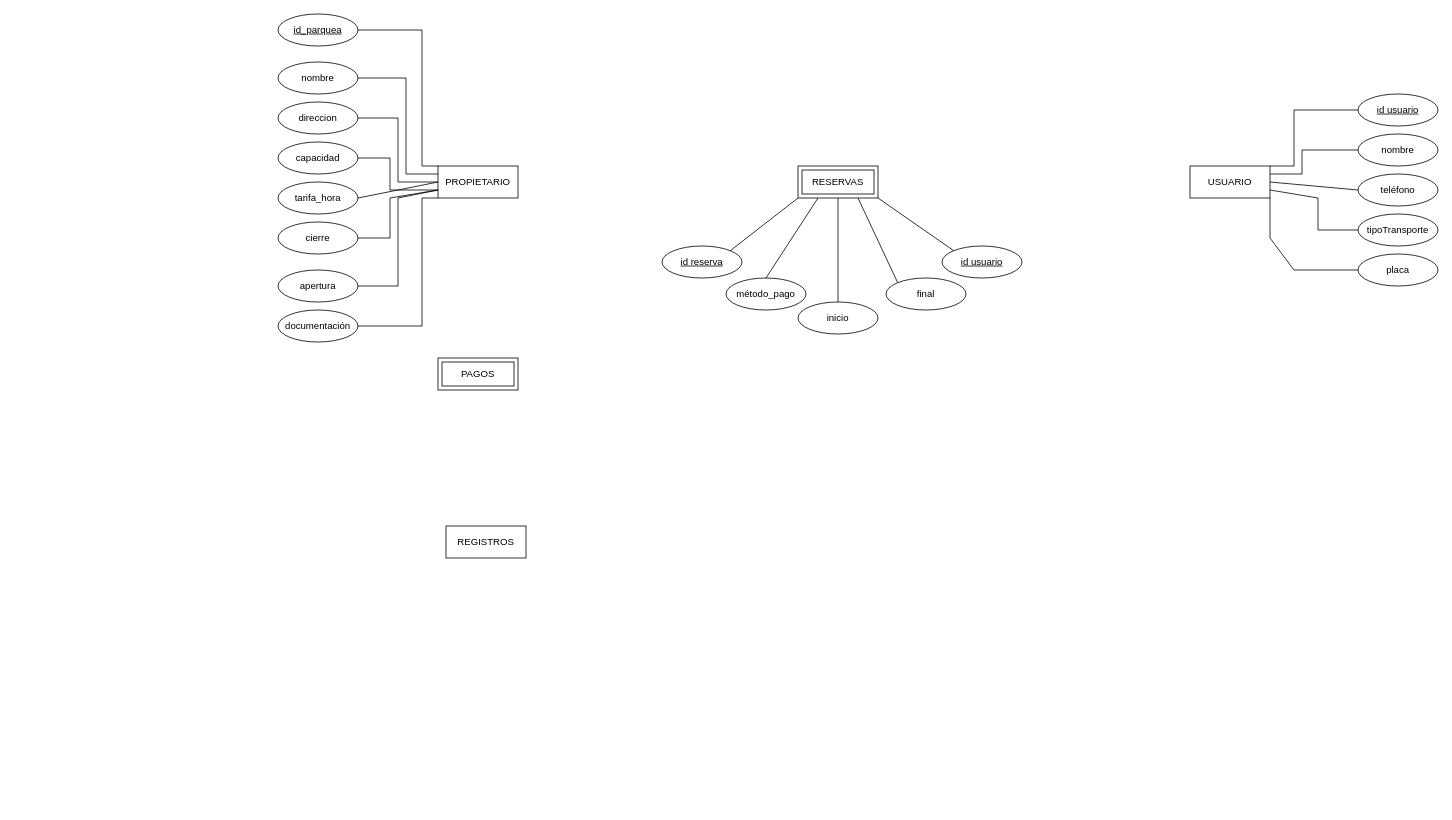
Earlier version of the draw.io diagram jenny/Zona blue.drawio (juban1234/copia_seguridad). Source tidied: cells renumbered, new cells numbered last; positions are measured from the earlier drawing's top-left corner, leaving out a move shared by most shapes. Both pictures are drawn from the tidied source at 80%, with x=0, y=0 at pixel (278, 14).
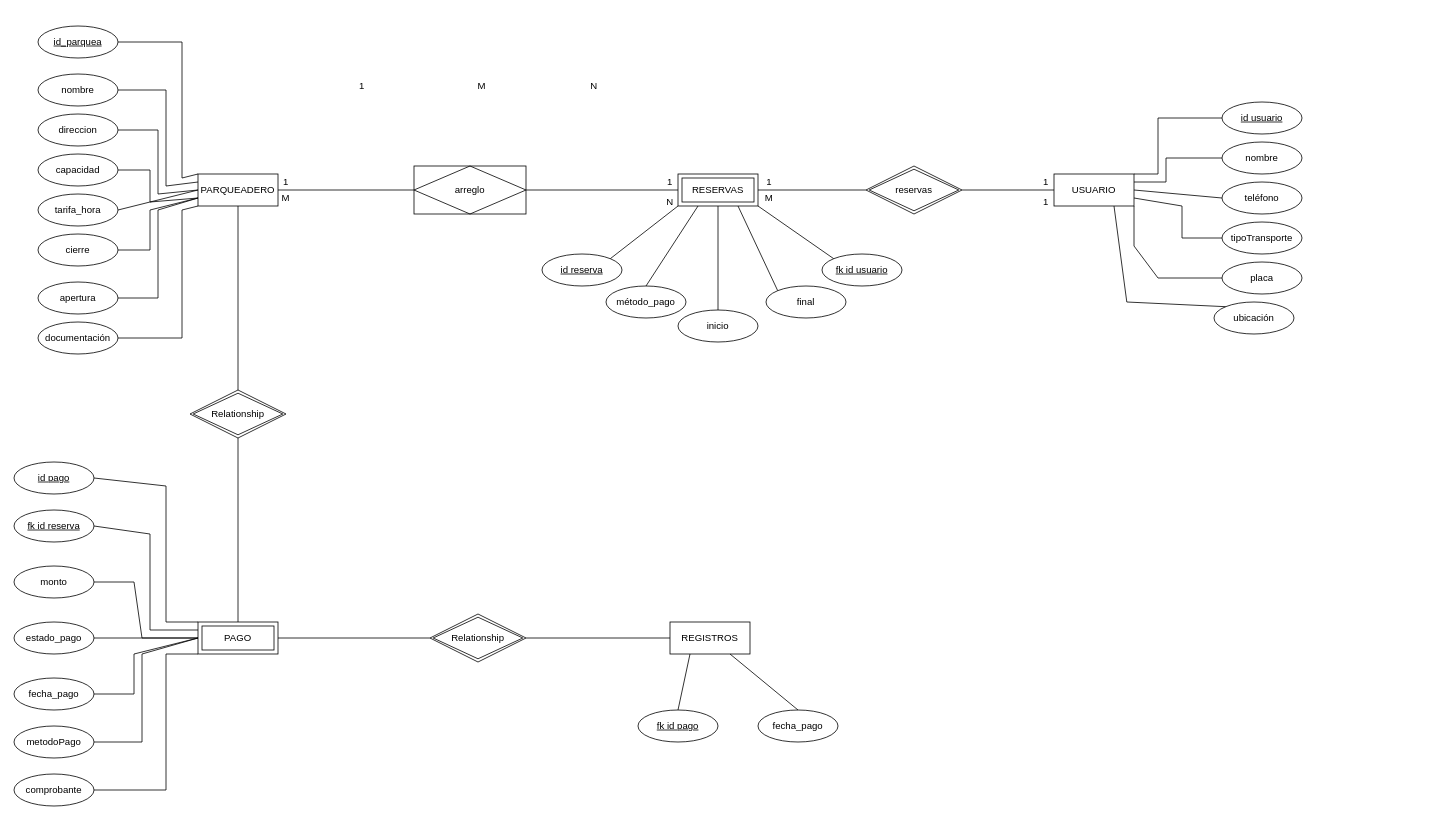
After the change.

What changed in the source:
```diff
@@
     <mxCell id="2" value="USUARIO" style="whiteSpace=wrap;html=1;align=center;" parent="1" vertex="1">
-      <mxGeometry x="1140" y="190" width="100" height="40" as="geometry" />
+      <mxGeometry x="970" y="200" width="100" height="40" as="geometry" />
     </mxCell>
-    <mxCell id="3" value="PROPIETARIO" style="whiteSpace=wrap;html=1;align=center;" parent="1" vertex="1">
-      <mxGeometry x="200" y="190" width="100" height="40" as="geometry" />
+    <mxCell id="3" value="PARQUEADERO" style="whiteSpace=wrap;html=1;align=center;" parent="1" vertex="1">
+      <mxGeometry x="-100" y="200" width="100" height="40" as="geometry" />
     </mxCell>
     <mxCell id="4" value="RESERVAS" style="shape=ext;margin=3;double=1;whiteSpace=wrap;html=1;align=center;" parent="1" vertex="1">
-      <mxGeometry x="650" y="190" width="100" height="40" as="geometry" />
+      <mxGeometry x="500" y="200" width="100" height="40" as="geometry" />
     </mxCell>
     <mxCell id="5" value="capacidad" style="ellipse;whiteSpace=wrap;html=1;align=center;" parent="1" vertex="1">
-      <mxGeometry y="160" width="100" height="40" as="geometry" />
+      <mxGeometry x="-300" y="175" width="100" height="40" as="geometry" />
     </mxCell>
     <mxCell id="6" value="id_parquea" style="ellipse;whiteSpace=wrap;html=1;align=center;fontStyle=4;" parent="1" vertex="1">
-      <mxGeometry width="100" height="40" as="geometry" />
+      <mxGeometry x="-300" y="15" width="100" height="40" as="geometry" />
     </mxCell>
     <mxCell id="7" value="direccion" style="ellipse;whiteSpace=wrap;html=1;align=center;" parent="1" vertex="1">
-      <mxGeometry y="110" width="100" height="40" as="geometry" />
+      <mxGeometry x="-300" y="125" width="100" height="40" as="geometry" />
     </mxCell>
     <mxCell id="8" value="nombre" style="ellipse;whiteSpace=wrap;html=1;align=center;" parent="1" vertex="1">
-      <mxGeometry y="60" width="100" height="40" as="geometry" />
+      <mxGeometry x="-300" y="75" width="100" height="40" as="geometry" />
     </mxCell>
     <mxCell id="9" value="tarifa_hora" style="ellipse;whiteSpace=wrap;html=1;align=center;" parent="1" vertex="1">
-      <mxGeometry y="210" width="100" height="40" as="geometry" />
+      <mxGeometry x="-300" y="225" width="100" height="40" as="geometry" />
     </mxCell>
     <mxCell id="10" value="apertura" style="ellipse;whiteSpace=wrap;html=1;align=center;" parent="1" vertex="1">
-      <mxGeometry y="320" width="100" height="40" as="geometry" />
+      <mxGeometry x="-300" y="335" width="100" height="40" as="geometry" />
     </mxCell>
     <mxCell id="11" value="cierre" style="ellipse;whiteSpace=wrap;html=1;align=center;" parent="1" vertex="1">
-      <mxGeometry y="260" width="100" height="40" as="geometry" />
+      <mxGeometry x="-300" y="275" width="100" height="40" as="geometry" />
     </mxCell>
     <mxCell id="12" value="documentación" style="ellipse;whiteSpace=wrap;html=1;align=center;" parent="1" vertex="1">
-      <mxGeometry y="370" width="100" height="40" as="geometry" />
+      <mxGeometry x="-300" y="385" width="100" height="40" as="geometry" />
     </mxCell>
     <mxCell id="13" style="endArrow=none;html=1;rounded=0;exitX=1;exitY=0.5;exitDx=0;exitDy=0;entryX=0;entryY=0;entryDx=0;entryDy=0;" parent="1" edge="1" source="6" target="3">
       <mxGeometry relative="1" as="geometry">
         <Array as="points">
-          <mxPoint x="180" y="20" />
-          <mxPoint x="180" y="190" />
+          <mxPoint x="-120" y="35" />
+          <mxPoint x="-120" y="205" />
         </Array>
       </mxGeometry>
     </mxCell>
     <mxCell id="14" style="endArrow=none;html=1;rounded=0;exitX=1;exitY=0.5;exitDx=0;exitDy=0;entryX=0;entryY=0.25;entryDx=0;entryDy=0;" parent="1" edge="1" source="8" target="3">
       <mxGeometry relative="1" as="geometry">
         <Array as="points">
-          <mxPoint x="160" y="80" />
-          <mxPoint x="160" y="200" />
+          <mxPoint x="-140" y="95" />
+          <mxPoint x="-140" y="215" />
         </Array>
       </mxGeometry>
     </mxCell>
     <mxCell id="15" style="endArrow=none;html=1;rounded=0;exitX=1;exitY=0.5;exitDx=0;exitDy=0;entryX=0;entryY=0.5;entryDx=0;entryDy=0;" parent="1" edge="1" source="7" target="3">
       <mxGeometry relative="1" as="geometry">
         <Array as="points">
-          <mxPoint x="150" y="130" />
-          <mxPoint x="150" y="210" />
+          <mxPoint x="-150" y="145" />
+          <mxPoint x="-150" y="225" />
         </Array>
       </mxGeometry>
     </mxCell>
     <mxCell id="16" style="endArrow=none;html=1;rounded=0;exitX=1;exitY=0.5;exitDx=0;exitDy=0;entryX=0;entryY=0.75;entryDx=0;entryDy=0;" parent="1" edge="1" source="5" target="3">
       <mxGeometry relative="1" as="geometry">
         <Array as="points">
-          <mxPoint x="140" y="180" />
-          <mxPoint x="140" y="220" />
+          <mxPoint x="-160" y="195" />
+          <mxPoint x="-160" y="235" />
         </Array>
       </mxGeometry>
     </mxCell>
     <mxCell id="17" style="endArrow=none;html=1;rounded=0;exitX=1;exitY=0.5;exitDx=0;exitDy=0;entryX=0;entryY=1;entryDx=0;entryDy=0;" parent="1" edge="1" source="12" target="3">
       <mxGeometry relative="1" as="geometry">
         <Array as="points">
-          <mxPoint x="180" y="390" />
-          <mxPoint x="180" y="230" />
+          <mxPoint x="-120" y="405" />
+          <mxPoint x="-120" y="245" />
         </Array>
       </mxGeometry>
     </mxCell>
     <mxCell id="18" style="endArrow=none;html=1;rounded=0;exitX=1;exitY=0.5;exitDx=0;exitDy=0;entryX=0;entryY=0.75;entryDx=0;entryDy=0;" parent="1" edge="1" source="10" target="3">
       <mxGeometry relative="1" as="geometry">
         <Array as="points">
-          <mxPoint x="150" y="340" />
-          <mxPoint x="150" y="230" />
+          <mxPoint x="-150" y="355" />
+          <mxPoint x="-150" y="245" />
         </Array>
       </mxGeometry>
     </mxCell>
     <mxCell id="19" style="endArrow=none;html=1;rounded=0;exitX=1;exitY=0.5;exitDx=0;exitDy=0;entryX=0;entryY=0.75;entryDx=0;entryDy=0;" parent="1" edge="1" source="11" target="3">
       <mxGeometry relative="1" as="geometry">
         <Array as="points">
-          <mxPoint x="140" y="280" />
-          <mxPoint x="140" y="230" />
+          <mxPoint x="-160" y="295" />
+          <mxPoint x="-160" y="245" />
         </Array>
       </mxGeometry>
     </mxCell>
@@
     <mxCell id="21" value="REGISTROS" style="whiteSpace=wrap;html=1;align=center;" parent="1" vertex="1">
-      <mxGeometry x="210" y="640" width="100" height="40" as="geometry" />
+      <mxGeometry x="490" y="760" width="100" height="40" as="geometry" />
     </mxCell>
-    <mxCell id="22" value="PAGOS" style="shape=ext;margin=3;double=1;whiteSpace=wrap;html=1;align=center;" parent="1" vertex="1">
-      <mxGeometry x="200" y="430" width="100" height="40" as="geometry" />
+    <mxCell id="22" value="PAGO" style="shape=ext;margin=3;double=1;whiteSpace=wrap;html=1;align=center;" parent="1" vertex="1">
+      <mxGeometry x="-100" y="760" width="100" height="40" as="geometry" />
     </mxCell>
     <mxCell id="23" value="método_pago" style="ellipse;whiteSpace=wrap;html=1;align=center;" parent="1" vertex="1">
-      <mxGeometry x="560" y="330" width="100" height="40" as="geometry" />
+      <mxGeometry x="410" y="340" width="100" height="40" as="geometry" />
     </mxCell>
     <mxCell id="24" value="inicio" style="ellipse;whiteSpace=wrap;html=1;align=center;" parent="1" vertex="1">
-      <mxGeometry x="650" y="360" width="100" height="40" as="geometry" />
+      <mxGeometry x="500" y="370" width="100" height="40" as="geometry" />
     </mxCell>
     <mxCell id="25" value="final" style="ellipse;whiteSpace=wrap;html=1;align=center;" parent="1" vertex="1">
-      <mxGeometry x="760" y="330" width="100" height="40" as="geometry" />
+      <mxGeometry x="610" y="340" width="100" height="40" as="geometry" />
     </mxCell>
-    <mxCell id="26" value="id usuario" style="ellipse;whiteSpace=wrap;html=1;align=center;fontStyle=4;" parent="1" vertex="1">
-      <mxGeometry x="830" y="290" width="100" height="40" as="geometry" />
+    <mxCell id="26" value="fk id usuario" style="ellipse;whiteSpace=wrap;html=1;align=center;fontStyle=4;" parent="1" vertex="1">
+      <mxGeometry x="680" y="300" width="100" height="40" as="geometry" />
     </mxCell>
     <mxCell id="27" value="id reserva" style="ellipse;whiteSpace=wrap;html=1;align=center;fontStyle=4;" parent="1" vertex="1">
-      <mxGeometry x="480" y="290" width="100" height="40" as="geometry" />
+      <mxGeometry x="330" y="300" width="100" height="40" as="geometry" />
     </mxCell>
@@
     <mxCell id="33" value="id usuario" style="ellipse;whiteSpace=wrap;html=1;align=center;fontStyle=4;" parent="1" vertex="1">
-      <mxGeometry x="1350" y="100" width="100" height="40" as="geometry" />
+      <mxGeometry x="1180" y="110" width="100" height="40" as="geometry" />
     </mxCell>
     <mxCell id="34" value="nombre" style="ellipse;whiteSpace=wrap;html=1;align=center;" parent="1" vertex="1">
-      <mxGeometry x="1350" y="150" width="100" height="40" as="geometry" />
+      <mxGeometry x="1180" y="160" width="100" height="40" as="geometry" />
     </mxCell>
     <mxCell id="35" value="teléfono" style="ellipse;whiteSpace=wrap;html=1;align=center;" parent="1" vertex="1">
-      <mxGeometry x="1350" y="200" width="100" height="40" as="geometry" />
+      <mxGeometry x="1180" y="210" width="100" height="40" as="geometry" />
     </mxCell>
     <mxCell id="36" value="tipoTransporte" style="ellipse;whiteSpace=wrap;html=1;align=center;" parent="1" vertex="1">
-      <mxGeometry x="1350" y="250" width="100" height="40" as="geometry" />
+      <mxGeometry x="1180" y="260" width="100" height="40" as="geometry" />
     </mxCell>
     <mxCell id="37" value="placa" style="ellipse;whiteSpace=wrap;html=1;align=center;" parent="1" vertex="1">
-      <mxGeometry x="1350" y="300" width="100" height="40" as="geometry" />
+      <mxGeometry x="1180" y="310" width="100" height="40" as="geometry" />
     </mxCell>
     <mxCell id="38" style="endArrow=none;html=1;rounded=0;entryX=0;entryY=0.5;entryDx=0;entryDy=0;exitX=1;exitY=0;exitDx=0;exitDy=0;" parent="1" edge="1" source="2" target="33">
       <mxGeometry relative="1" as="geometry">
         <Array as="points">
-          <mxPoint x="1270" y="190" />
-          <mxPoint x="1270" y="120" />
+          <mxPoint x="1100" y="200" />
+          <mxPoint x="1100" y="130" />
         </Array>
       </mxGeometry>
     </mxCell>
     <mxCell id="39" style="endArrow=none;html=1;rounded=0;entryX=0;entryY=0.5;entryDx=0;entryDy=0;exitX=1;exitY=0.25;exitDx=0;exitDy=0;" parent="1" edge="1" source="2" target="34">
       <mxGeometry relative="1" as="geometry">
         <Array as="points">
-          <mxPoint x="1280" y="200" />
-          <mxPoint x="1280" y="170" />
+          <mxPoint x="1110" y="210" />
+          <mxPoint x="1110" y="180" />
         </Array>
       </mxGeometry>
     </mxCell>
@@
     <mxCell id="41" style="endArrow=none;html=1;rounded=0;exitX=1;exitY=0.75;exitDx=0;exitDy=0;entryX=0;entryY=0.5;entryDx=0;entryDy=0;" parent="1" edge="1" source="2" target="36">
       <mxGeometry relative="1" as="geometry">
         <Array as="points">
-          <mxPoint x="1300" y="230" />
-          <mxPoint x="1300" y="270" />
+          <mxPoint x="1130" y="240" />
+          <mxPoint x="1130" y="280" />
         </Array>
       </mxGeometry>
     </mxCell>
     <mxCell id="42" style="endArrow=none;html=1;rounded=0;exitX=1;exitY=1;exitDx=0;exitDy=0;entryX=0;entryY=0.5;entryDx=0;entryDy=0;" parent="1" edge="1" source="2" target="37">
       <mxGeometry relative="1" as="geometry">
         <Array as="points">
-          <mxPoint x="1240" y="280" />
-          <mxPoint x="1270" y="320" />
+          <mxPoint x="1070" y="290" />
+          <mxPoint x="1100" y="330" />
         </Array>
       </mxGeometry>
     </mxCell>
+    <mxCell id="43" value="fecha_pago" style="ellipse;whiteSpace=wrap;html=1;align=center;" parent="1" vertex="1">
+      <mxGeometry x="600" y="870" width="100" height="40" as="geometry" />
+    </mxCell>
+    <mxCell id="44" value="fk id pago" style="ellipse;whiteSpace=wrap;html=1;align=center;fontStyle=4;" parent="1" vertex="1">
+      <mxGeometry x="450" y="870" width="100" height="40" as="geometry" />
+    </mxCell>
+    <mxCell id="45" style="endArrow=none;html=1;rounded=0;exitX=0.5;exitY=0;exitDx=0;exitDy=0;entryX=0.25;entryY=1;entryDx=0;entryDy=0;" parent="1" edge="1" source="44" target="21">
+      <mxGeometry relative="1" as="geometry" />
+    </mxCell>
+    <mxCell id="46" style="endArrow=none;html=1;rounded=0;exitX=0.5;exitY=0;exitDx=0;exitDy=0;entryX=0.75;entryY=1;entryDx=0;entryDy=0;" parent="1" edge="1" source="43" target="21">
+      <mxGeometry relative="1" as="geometry" />
+    </mxCell>
+    <mxCell id="47" value="id pago" style="ellipse;whiteSpace=wrap;html=1;align=center;fontStyle=4;" parent="1" vertex="1">
+      <mxGeometry x="-330" y="560" width="100" height="40" as="geometry" />
+    </mxCell>
+    <mxCell id="48" value="fk id reserva" style="ellipse;whiteSpace=wrap;html=1;align=center;fontStyle=4;" parent="1" vertex="1">
+      <mxGeometry x="-330" y="620" width="100" height="40" as="geometry" />
+    </mxCell>
+    <mxCell id="49" value="monto" style="ellipse;whiteSpace=wrap;html=1;align=center;" parent="1" vertex="1">
+      <mxGeometry x="-330" y="690" width="100" height="40" as="geometry" />
+    </mxCell>
+    <mxCell id="50" value="fecha_pago" style="ellipse;whiteSpace=wrap;html=1;align=center;" parent="1" vertex="1">
+      <mxGeometry x="-330" y="830" width="100" height="40" as="geometry" />
+    </mxCell>
+    <mxCell id="51" value="metodoPago" style="ellipse;whiteSpace=wrap;html=1;align=center;" parent="1" vertex="1">
+      <mxGeometry x="-330" y="890" width="100" height="40" as="geometry" />
+    </mxCell>
+    <mxCell id="52" value="&lt;div style=&quot;text-align: left;&quot;&gt;&lt;span style=&quot;background-color: initial;&quot;&gt;estado_pago&lt;/span&gt;&lt;/div&gt;" style="ellipse;whiteSpace=wrap;html=1;align=center;" parent="1" vertex="1">
+      <mxGeometry x="-330" y="760" width="100" height="40" as="geometry" />
+    </mxCell>
+    <mxCell id="53" value="comprobante" style="ellipse;whiteSpace=wrap;html=1;align=center;" parent="1" vertex="1">
+      <mxGeometry x="-330" y="950" width="100" height="40" as="geometry" />
+    </mxCell>
+    <mxCell id="54" style="endArrow=none;html=1;rounded=0;exitX=1;exitY=0.5;exitDx=0;exitDy=0;entryX=0;entryY=0;entryDx=0;entryDy=0;" parent="1" edge="1" source="47" target="22">
+      <mxGeometry relative="1" as="geometry">
+        <Array as="points">
+          <mxPoint x="-140" y="590" />
+          <mxPoint x="-140" y="760" />
+        </Array>
+      </mxGeometry>
+    </mxCell>
+    <mxCell id="55" style="endArrow=none;html=1;rounded=0;exitX=1;exitY=0.5;exitDx=0;exitDy=0;entryX=0;entryY=0.25;entryDx=0;entryDy=0;" parent="1" edge="1" source="48" target="22">
+      <mxGeometry relative="1" as="geometry">
+        <Array as="points">
+          <mxPoint x="-160" y="650" />
+          <mxPoint x="-160" y="770" />
+        </Array>
+      </mxGeometry>
+    </mxCell>
+    <mxCell id="56" style="endArrow=none;html=1;rounded=0;exitX=1;exitY=0.5;exitDx=0;exitDy=0;entryX=0;entryY=0.5;entryDx=0;entryDy=0;" parent="1" edge="1" source="49" target="22">
+      <mxGeometry relative="1" as="geometry">
+        <Array as="points">
+          <mxPoint x="-180" y="710" />
+          <mxPoint x="-170" y="780" />
+        </Array>
+      </mxGeometry>
+    </mxCell>
+    <mxCell id="57" style="endArrow=none;html=1;rounded=0;exitX=1;exitY=0.5;exitDx=0;exitDy=0;entryX=0;entryY=1;entryDx=0;entryDy=0;" parent="1" edge="1" source="53" target="22">
+      <mxGeometry relative="1" as="geometry">
+        <Array as="points">
+          <mxPoint x="-140" y="970" />
+          <mxPoint x="-140" y="800" />
+        </Array>
+      </mxGeometry>
+    </mxCell>
+    <mxCell id="58" style="endArrow=none;html=1;rounded=0;exitX=1;exitY=0.5;exitDx=0;exitDy=0;entryX=0;entryY=0.5;entryDx=0;entryDy=0;" parent="1" edge="1" source="51" target="22">
+      <mxGeometry relative="1" as="geometry">
+        <Array as="points">
+          <mxPoint x="-170" y="910" />
+          <mxPoint x="-170" y="800" />
+        </Array>
+      </mxGeometry>
+    </mxCell>
+    <mxCell id="59" style="endArrow=none;html=1;rounded=0;exitX=1;exitY=0.5;exitDx=0;exitDy=0;entryX=0;entryY=0.5;entryDx=0;entryDy=0;" parent="1" edge="1" source="50" target="22">
+      <mxGeometry relative="1" as="geometry">
+        <Array as="points">
+          <mxPoint x="-180" y="850" />
+          <mxPoint x="-180" y="800" />
+        </Array>
+      </mxGeometry>
+    </mxCell>
+    <mxCell id="60" style="endArrow=none;html=1;rounded=0;exitX=1;exitY=0.5;exitDx=0;exitDy=0;entryX=0;entryY=0.5;entryDx=0;entryDy=0;" parent="1" edge="1" source="52" target="22">
+      <mxGeometry relative="1" as="geometry" />
+    </mxCell>
+    <mxCell id="61" value="reservas" style="shape=rhombus;double=1;perimeter=rhombusPerimeter;whiteSpace=wrap;html=1;align=center;" parent="1" vertex="1">
+      <mxGeometry x="735" y="190" width="120" height="60" as="geometry" />
+    </mxCell>
+    <mxCell id="62" style="endArrow=none;html=1;rounded=0;exitX=1;exitY=0.5;exitDx=0;exitDy=0;entryX=0;entryY=0.5;entryDx=0;entryDy=0;" parent="1" edge="1" source="4" target="61">
+      <mxGeometry relative="1" as="geometry" />
+    </mxCell>
+    <mxCell id="63" style="endArrow=none;html=1;rounded=0;exitX=1;exitY=0.5;exitDx=0;exitDy=0;entryX=0;entryY=0.5;entryDx=0;entryDy=0;" parent="1" edge="1" source="61" target="2">
+      <mxGeometry relative="1" as="geometry" />
+    </mxCell>
+    <mxCell id="64" value="1" style="text;strokeColor=none;align=center;fillColor=none;html=1;verticalAlign=middle;whiteSpace=wrap;rounded=0;" parent="1" vertex="1">
+      <mxGeometry x="75" y="75" width="60" height="30" as="geometry" />
+    </mxCell>
+    <mxCell id="65" value="M" style="text;strokeColor=none;align=center;fillColor=none;html=1;verticalAlign=middle;whiteSpace=wrap;rounded=0;" parent="1" vertex="1">
+      <mxGeometry x="225" y="75" width="60" height="30" as="geometry" />
+    </mxCell>
+    <mxCell id="66" value="N" style="text;strokeColor=none;align=center;fillColor=none;html=1;verticalAlign=middle;whiteSpace=wrap;rounded=0;" parent="1" vertex="1">
+      <mxGeometry x="365" y="75" width="60" height="30" as="geometry" />
+    </mxCell>
+    <mxCell id="67" value="1" style="text;strokeColor=none;align=center;fillColor=none;html=1;verticalAlign=middle;whiteSpace=wrap;rounded=0;" parent="1" vertex="1">
+      <mxGeometry x="930" y="195" width="60" height="30" as="geometry" />
+    </mxCell>
+    <mxCell id="68" value="M" style="text;strokeColor=none;align=center;fillColor=none;html=1;verticalAlign=middle;whiteSpace=wrap;rounded=0;" parent="1" vertex="1">
+      <mxGeometry x="584" y="215" width="60" height="30" as="geometry" />
+    </mxCell>
+    <mxCell id="69" value="1" style="text;strokeColor=none;align=center;fillColor=none;html=1;verticalAlign=middle;whiteSpace=wrap;rounded=0;" parent="1" vertex="1">
+      <mxGeometry x="584" y="195" width="60" height="30" as="geometry" />
+    </mxCell>
+    <mxCell id="70" value="1" style="text;strokeColor=none;align=center;fillColor=none;html=1;verticalAlign=middle;whiteSpace=wrap;rounded=0;" parent="1" vertex="1">
+      <mxGeometry x="930" y="220" width="60" height="30" as="geometry" />
+    </mxCell>
+    <mxCell id="71" value="arreglo" style="shape=associativeEntity;whiteSpace=wrap;html=1;align=center;" parent="1" vertex="1">
+      <mxGeometry x="170" y="190" width="140" height="60" as="geometry" />
+    </mxCell>
+    <mxCell id="72" style="endArrow=none;html=1;rounded=0;exitX=1;exitY=0.5;exitDx=0;exitDy=0;entryX=0;entryY=0.5;entryDx=0;entryDy=0;" parent="1" edge="1" source="3" target="71">
+      <mxGeometry relative="1" as="geometry" />
+    </mxCell>
+    <mxCell id="73" style="endArrow=none;html=1;rounded=0;exitX=1;exitY=0.5;exitDx=0;exitDy=0;entryX=0;entryY=0.5;entryDx=0;entryDy=0;" parent="1" edge="1" source="71" target="4">
+      <mxGeometry relative="1" as="geometry" />
+    </mxCell>
+    <mxCell id="74" value="ubicación" style="ellipse;whiteSpace=wrap;html=1;align=center;" parent="1" vertex="1">
+      <mxGeometry x="1170" y="360" width="100" height="40" as="geometry" />
+    </mxCell>
+    <mxCell id="75" style="endArrow=none;html=1;rounded=0;exitX=0.75;exitY=1;exitDx=0;exitDy=0;entryX=0;entryY=0;entryDx=0;entryDy=0;" parent="1" edge="1" source="2" target="74">
+      <mxGeometry relative="1" as="geometry">
+        <Array as="points">
+          <mxPoint x="1061" y="360" />
+        </Array>
+      </mxGeometry>
+    </mxCell>
+    <mxCell id="76" style="endArrow=none;html=1;rounded=0;exitX=1;exitY=0.5;exitDx=0;exitDy=0;entryX=0;entryY=0.5;entryDx=0;entryDy=0;" parent="1" edge="1" source="22" target="77">
+      <mxGeometry relative="1" as="geometry" />
+    </mxCell>
+    <mxCell id="77" value="Relationship" style="shape=rhombus;double=1;perimeter=rhombusPerimeter;whiteSpace=wrap;html=1;align=center;" parent="1" vertex="1">
+      <mxGeometry x="190" y="750" width="120" height="60" as="geometry" />
+    </mxCell>
+    <mxCell id="78" style="endArrow=none;html=1;rounded=0;exitX=1;exitY=0.5;exitDx=0;exitDy=0;entryX=0;entryY=0.5;entryDx=0;entryDy=0;" parent="1" edge="1" source="77" target="21">
+      <mxGeometry relative="1" as="geometry" />
+    </mxCell>
+    <mxCell id="79" value="Relationship" style="shape=rhombus;double=1;perimeter=rhombusPerimeter;whiteSpace=wrap;html=1;align=center;" parent="1" vertex="1">
+      <mxGeometry x="-110" y="470" width="120" height="60" as="geometry" />
+    </mxCell>
+    <mxCell id="80" style="endArrow=none;html=1;rounded=0;exitX=0.5;exitY=0;exitDx=0;exitDy=0;entryX=0.5;entryY=1;entryDx=0;entryDy=0;" parent="1" edge="1" source="22" target="79">
+      <mxGeometry relative="1" as="geometry" />
+    </mxCell>
+    <mxCell id="81" style="endArrow=none;html=1;rounded=0;exitX=0.5;exitY=0;exitDx=0;exitDy=0;entryX=0.5;entryY=1;entryDx=0;entryDy=0;" parent="1" edge="1" source="79" target="3">
+      <mxGeometry relative="1" as="geometry" />
+    </mxCell>
+    <mxCell id="82" value="1" style="text;strokeColor=none;align=center;fillColor=none;html=1;verticalAlign=middle;whiteSpace=wrap;rounded=0;" parent="1" vertex="1">
+      <mxGeometry x="460" y="195" width="60" height="30" as="geometry" />
+    </mxCell>
+    <mxCell id="83" value="M" style="text;strokeColor=none;align=center;fillColor=none;html=1;verticalAlign=middle;whiteSpace=wrap;rounded=0;" parent="1" vertex="1">
+      <mxGeometry x="-20" y="215" width="60" height="30" as="geometry" />
+    </mxCell>
+    <mxCell id="84" value="1" style="text;strokeColor=none;align=center;fillColor=none;html=1;verticalAlign=middle;whiteSpace=wrap;rounded=0;" parent="1" vertex="1">
+      <mxGeometry x="-20" y="195" width="60" height="30" as="geometry" />
+    </mxCell>
+    <mxCell id="85" value="N" style="text;strokeColor=none;align=center;fillColor=none;html=1;verticalAlign=middle;whiteSpace=wrap;rounded=0;" parent="1" vertex="1">
+      <mxGeometry x="460" y="220" width="60" height="30" as="geometry" />
+    </mxCell>
```
